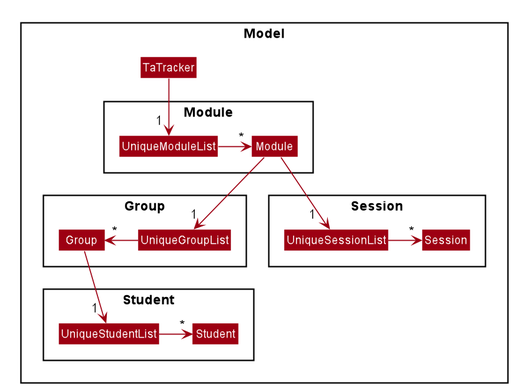
Above: images/ModuleModelClassDiagram.png in aakanksha-rai/main (PlantUML), before the change.
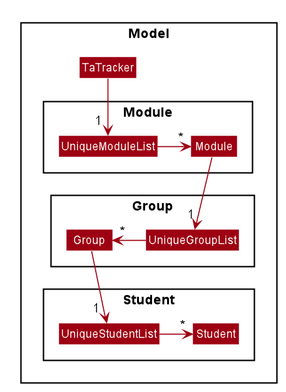
Later version of the same file.

The edit, as a diff of the source:
```diff
@@ -63,10 +63,7 @@
 class Group
 class UniqueGroupList
 }
-package Session {
-class Session
-class UniqueSessionList
-}
+
 package Student {
 class Student
 class UniqueStudentList
@@ -78,10 +75,8 @@
 UniqueModuleList -right-> "*" Module
 
 Module --> "1" UniqueGroupList
-Module --> "1  " UniqueSessionList
 
 UniqueGroupList -left-> "*" Group
-UniqueSessionList -right-> "*" Session
 
 Group --> "1 " UniqueStudentList
 UniqueStudentList -right-> "*" Student
```
